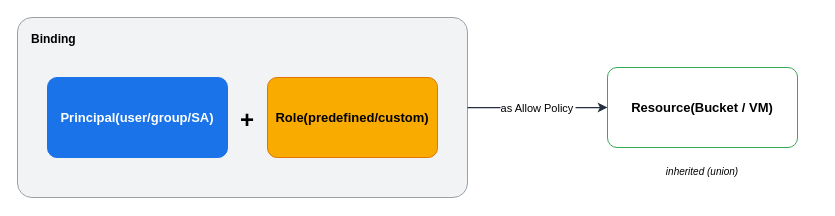
Earlier version of the draw.io diagram assets/img/gcp/gcp-iam-model.drawio (KKamJi98/kkamji98.github.io). Source tidied: cells renumbered, new cells numbered last; positions are measured from the earlier drawing's top-left corner, leaving out a move shared by most shapes. Both pictures are drawn from the tidied source at 100%, with x=0, y=0 at pixel (17, 17).
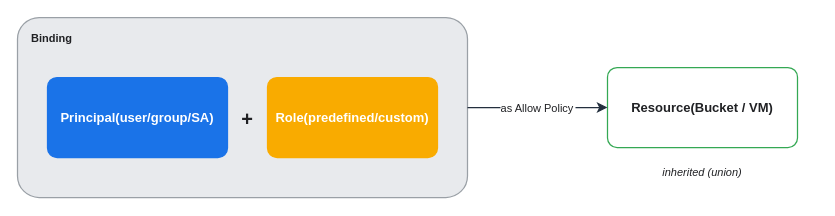
Above is the later version.

The edit, as a diff of the source:
```diff
@@
 <mxGraphModel background="#FFFFFF">
   <root>
     <mxCell id="0" />
     <mxCell id="1" parent="0" />
-    <mxCell id="2" value="Binding" style="rounded=1;arcSize=8;whiteSpace=wrap;html=0;fillColor=#F1F3F4;strokeColor=#9AA0A6;fontColor=#000000;fontSize=12;fontStyle=1;verticalAlign=top;align=left;spacingLeft=12;spacingTop=8;" parent="1" vertex="1">
+    <mxCell id="2" value="Binding" style="rounded=1;arcSize=12;whiteSpace=wrap;html=0;fillColor=#E8EAED;strokeColor=#9AA0A6;fontColor=#202124;fontSize=11;fontStyle=1;verticalAlign=top;align=left;spacingLeft=12;spacingTop=8;strokeWidth=1.25;" parent="1" vertex="1">
       <mxGeometry width="450" height="180" as="geometry" />
     </mxCell>
-    <mxCell id="3" value="Principal(user/group/SA)" style="rounded=1;arcSize=12;whiteSpace=wrap;html=0;fillColor=#1A73E8;strokeColor=#1A73E8;fontColor=#FFFFFF;fontSize=13;fontStyle=1;verticalAlign=middle;align=center;" parent="1" vertex="1">
+    <mxCell id="3" value="Principal(user/group/SA)" style="rounded=1;arcSize=12;whiteSpace=wrap;html=0;fillColor=#1A73E8;strokeColor=#1A73E8;fontColor=#FFFFFF;fontSize=13;fontStyle=1;verticalAlign=middle;align=center;strokeWidth=1.25;" parent="1" vertex="1">
       <mxGeometry x="30" y="60" width="180" height="80" as="geometry" />
     </mxCell>
-    <mxCell id="4" value="+" style="text;html=0;align=center;verticalAlign=middle;fontColor=#000000;fontSize=24;fontStyle=1;" parent="1" vertex="1">
+    <mxCell id="4" value="+" style="text;html=0;align=center;verticalAlign=middle;fontColor=#202124;fontSize=20;fontStyle=1;" parent="1" vertex="1">
       <mxGeometry x="212" y="80" width="36" height="40" as="geometry" />
     </mxCell>
-    <mxCell id="5" value="Role(predefined/custom)" style="rounded=1;arcSize=12;whiteSpace=wrap;html=0;fillColor=#F9AB00;strokeColor=#E37400;fontColor=#000000;fontSize=13;fontStyle=1;verticalAlign=middle;align=center;" parent="1" vertex="1">
+    <mxCell id="5" value="Role(predefined/custom)" style="rounded=1;arcSize=12;whiteSpace=wrap;html=0;fillColor=#F9AB00;strokeColor=#F9AB00;fontColor=#FFFFFF;fontSize=13;fontStyle=1;verticalAlign=middle;align=center;strokeWidth=1.25;" parent="1" vertex="1">
       <mxGeometry x="250" y="60" width="170" height="80" as="geometry" />
     </mxCell>
-    <mxCell id="6" value="Resource(Bucket / VM)" style="rounded=1;arcSize=12;whiteSpace=wrap;html=0;fillColor=#FFFFFF;strokeColor=#34A853;fontColor=#000000;fontSize=13;fontStyle=1;verticalAlign=middle;align=center;" parent="1" vertex="1">
+    <mxCell id="6" value="Resource(Bucket / VM)" style="rounded=1;arcSize=12;whiteSpace=wrap;html=0;fillColor=#FFFFFF;strokeColor=#34A853;fontColor=#202124;fontSize=13;fontStyle=1;verticalAlign=middle;align=center;strokeWidth=1.25;" parent="1" vertex="1">
       <mxGeometry x="590" y="50" width="190" height="80" as="geometry" />
     </mxCell>
-    <mxCell id="7" value="inherited (union)" style="text;html=0;align=center;verticalAlign=middle;fontColor=#000000;fontSize=10;fontStyle=2;" parent="1" vertex="1">
+    <mxCell id="7" value="inherited (union)" style="text;html=0;align=center;verticalAlign=middle;fontColor=#202124;fontSize=11;fontStyle=2;" parent="1" vertex="1">
       <mxGeometry x="570" y="142" width="230" height="24" as="geometry" />
     </mxCell>
-    <mxCell id="8" value="as Allow Policy" style="edgeStyle=orthogonalEdgeStyle;html=0;rounded=0;strokeColor=#232F3E;strokeWidth=1.25;fontColor=#000000;labelBackgroundColor=#FFFFFF;endArrow=classic;exitX=1;exitY=0.5;exitDx=0;exitDy=0;entryX=0;entryY=0.5;entryDx=0;entryDy=0;" parent="1" edge="1" source="2" target="6">
+    <mxCell id="8" value="as Allow Policy" style="edgeStyle=orthogonalEdgeStyle;html=0;rounded=0;strokeColor=#232F3E;strokeWidth=1.25;fontColor=#202124;labelBackgroundColor=#FFFFFF;endArrow=classic;exitX=1;exitY=0.5;exitDx=0;exitDy=0;entryX=0;entryY=0.5;entryDx=0;entryDy=0;endSize=7;" parent="1" edge="1" source="2" target="6">
       <mxGeometry relative="1" as="geometry" />
     </mxCell>
   </root>
 </mxGraphModel>
```
